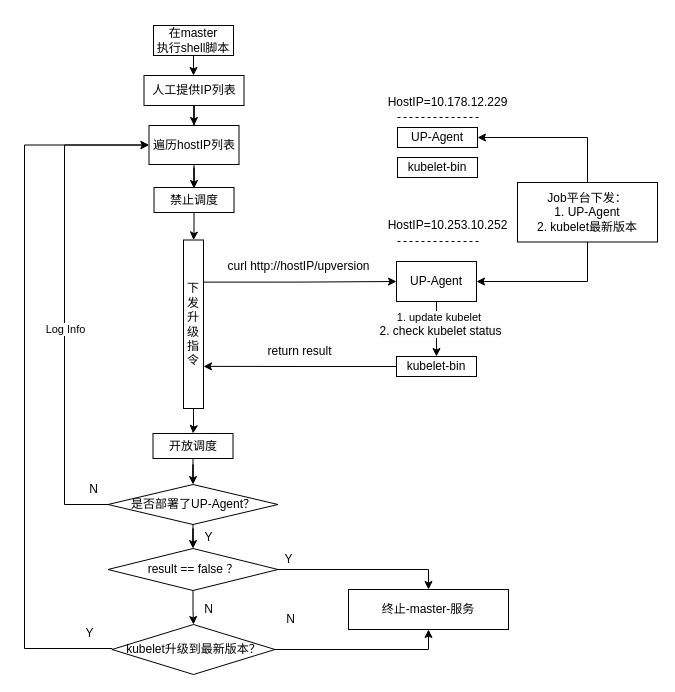
This is 未命名绘图.drawio from cityofwang/beats, a draw.io file, before an edit. Source tidied: cells renumbered, new cells numbered last; positions are measured from the earlier drawing's top-left corner, leaving out a move shared by most shapes. Both pictures are drawn from the tidied source at 100%, with x=0, y=0 at pixel (24, 25).
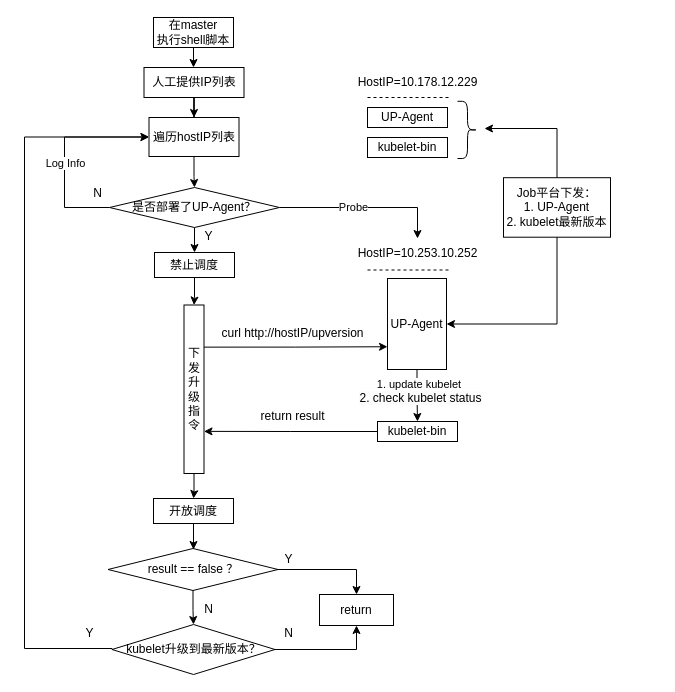
The same diagram, later.

Commit message:
更新未命名绘图.drawio

The change refers to these unchanged cells:
```xml
<mxCell id="24" value="result == false ？" style="rhombus;whiteSpace=wrap;html=1;fillColor=none;" parent="1" vertex="1">
  <mxGeometry x="83.5" y="523" width="170" height="42" as="geometry" />
</mxCell>
<mxCell id="29" value="kubelet升级到最新版本？" style="rhombus;whiteSpace=wrap;html=1;fillColor=none;" parent="1" vertex="1">
  <mxGeometry x="87.5" y="599" width="163" height="50" as="geometry" />
</mxCell>
```

Diff of the diagram source:
```diff
@@
     <mxCell id="2" value="UP-Agent" style="rounded=0;whiteSpace=wrap;html=1;fillColor=none;" parent="1" vertex="1">
-      <mxGeometry x="373" y="102" width="80" height="20" as="geometry" />
+      <mxGeometry x="343" y="82" width="80" height="20" as="geometry" />
     </mxCell>
@@
-    <mxCell id="4" style="edgeStyle=orthogonalEdgeStyle;rounded=0;jettySize=auto;html=1;entryX=1;entryY=0.5;entryDx=0;entryDy=0;exitX=0.5;exitY=0;exitDx=0;exitDy=0;" parent="1" edge="1" source="5" target="2">
-      <mxGeometry relative="1" as="geometry" />
-    </mxCell>
     <mxCell id="5" value="Job平台下发：&lt;br&gt;1. UP-Agent&lt;br&gt;2. kubelet最新版本" style="rounded=0;whiteSpace=wrap;html=1;fillColor=none;" parent="1" vertex="1">
-      <mxGeometry x="493" y="157" width="140" height="59.5" as="geometry" />
+      <mxGeometry x="479" y="152.2" width="107" height="59.5" as="geometry" />
     </mxCell>
     <mxCell id="6" style="endArrow=none;dashed=1;html=1;rounded=0;" parent="1" edge="1">
       <mxGeometry relative="1" as="geometry">
-        <mxPoint x="373" y="92" as="sourcePoint" />
-        <mxPoint x="457" y="92" as="targetPoint" />
+        <mxPoint x="343" y="72" as="sourcePoint" />
+        <mxPoint x="427" y="72" as="targetPoint" />
       </mxGeometry>
     </mxCell>
     <mxCell id="7" value="HostIP=10.178.12.229" style="text;html=1;align=center;verticalAlign=middle;strokeColor=none;fillColor=none;" parent="1" vertex="1">
-      <mxGeometry x="353" y="62" width="140" height="30" as="geometry" />
+      <mxGeometry x="323" y="42" width="140" height="30" as="geometry" />
     </mxCell>
@@
     <mxCell id="10" value="UP-Agent" style="rounded=0;whiteSpace=wrap;html=1;fillColor=none;" parent="1" vertex="1">
-      <mxGeometry x="372" y="236" width="80" height="40" as="geometry" />
+      <mxGeometry x="363" y="253" width="59" height="91" as="geometry" />
     </mxCell>
     <mxCell id="11" value="HostIP=10.253.10.252" style="text;html=1;align=center;verticalAlign=middle;points=[];strokeColor=none;fillColor=none;" parent="1" vertex="1">
-      <mxGeometry x="353" y="184.5" width="140" height="30" as="geometry" />
+      <mxGeometry x="323" y="213" width="140" height="30" as="geometry" />
     </mxCell>
     <mxCell id="12" style="endArrow=none;dashed=1;html=1;rounded=0;" parent="1" edge="1">
       <mxGeometry relative="1" as="geometry">
-        <mxPoint x="373" y="216" as="sourcePoint" />
-        <mxPoint x="457" y="216" as="targetPoint" />
+        <mxPoint x="343" y="244.5" as="sourcePoint" />
+        <mxPoint x="427" y="244.5" as="targetPoint" />
       </mxGeometry>
     </mxCell>
@@
     <mxCell id="14" value="在master&lt;br&gt;执行shell脚本" style="rounded=0;whiteSpace=wrap;html=1;fillColor=none;" parent="1" vertex="1">
-      <mxGeometry x="129" width="80" height="30" as="geometry" />
+      <mxGeometry x="129" y="-8" width="80" height="30" as="geometry" />
     </mxCell>
-    <mxCell id="15" style="edgeStyle=orthogonalEdgeStyle;rounded=0;jettySize=auto;html=1;entryX=0.5;entryY=0.04;entryDx=0;entryDy=0;entryPerimeter=0;" parent="1" edge="1" source="16" target="42">
-      <mxGeometry relative="1" as="geometry" />
-    </mxCell>
+    <mxCell id="48" style="edgeStyle=orthogonalEdgeStyle;rounded=0;jettySize=auto;html=1;" parent="1" edge="1" source="16" target="35">
+      <mxGeometry relative="1" as="geometry" />
+    </mxCell>
     <mxCell id="16" value="遍历hostIP列表" style="rounded=0;whiteSpace=wrap;html=1;fillColor=none;" parent="1" vertex="1">
-      <mxGeometry x="124.5" y="100" width="90" height="39" as="geometry" />
+      <mxGeometry x="124.5" y="92" width="90" height="39" as="geometry" />
     </mxCell>
-    <mxCell id="17" style="edgeStyle=orthogonalEdgeStyle;rounded=0;jettySize=auto;html=1;entryX=0;entryY=0.5;entryDx=0;entryDy=0;exitX=1;exitY=0.25;exitDx=0;exitDy=0;" parent="1" edge="1" source="19" target="10">
+    <mxCell id="17" style="edgeStyle=orthogonalEdgeStyle;rounded=0;jettySize=auto;html=1;entryX=0;entryY=0.75;entryDx=0;entryDy=0;exitX=1;exitY=0.25;exitDx=0;exitDy=0;" parent="1" edge="1" source="19" target="10">
       <mxGeometry relative="1" as="geometry" />
     </mxCell>
@@
     <mxCell id="19" value="下发升级指令" style="rounded=0;whiteSpace=wrap;html=1;fillColor=none;" parent="1" vertex="1">
-      <mxGeometry x="159" y="214.5" width="20" height="168.5" as="geometry" />
+      <mxGeometry x="159.5" y="279.5" width="20" height="168.5" as="geometry" />
     </mxCell>
     <mxCell id="20" value="curl http://hostIP/upversion" style="text;html=1;align=center;verticalAlign=middle;strokeColor=none;fillColor=none;" parent="1" vertex="1">
-      <mxGeometry x="189" y="225.5" width="170" height="30" as="geometry" />
+      <mxGeometry x="183" y="293" width="170" height="30" as="geometry" />
     </mxCell>
     <mxCell id="21" value="return result" style="text;html=1;align=center;verticalAlign=middle;strokeColor=none;fillColor=none;" parent="1" vertex="1">
-      <mxGeometry x="230" y="311" width="90" height="30" as="geometry" />
+      <mxGeometry x="223" y="376" width="90" height="30" as="geometry" />
     </mxCell>
@@
-    <mxCell id="25" value="终止-master-服务" style="rounded=0;whiteSpace=wrap;html=1;fillColor=none;" parent="1" vertex="1">
-      <mxGeometry x="324" y="564" width="160" height="40" as="geometry" />
+    <mxCell id="25" value="return" style="rounded=0;whiteSpace=wrap;html=1;fillColor=none;" parent="1" vertex="1">
+      <mxGeometry x="295" y="569" width="74" height="31" as="geometry" />
     </mxCell>
-    <mxCell id="26" value="Y" style="text;html=1;align=center;verticalAlign=middle;strokeColor=none;fillColor=none;" parent="1" vertex="1">
-      <mxGeometry x="169" y="497" width="30" height="30" as="geometry" />
-    </mxCell>
     <mxCell id="27" style="edgeStyle=orthogonalEdgeStyle;rounded=0;jettySize=auto;html=1;entryX=0;entryY=0.5;entryDx=0;entryDy=0;exitX=0;exitY=0.5;exitDx=0;exitDy=0;" parent="1" edge="1" source="29" target="16">
       <mxGeometry relative="1" as="geometry">
         <Array as="points">
           <mxPoint x="88" y="623" />
           <mxPoint y="623" />
-          <mxPoint y="120" />
+          <mxPoint y="112" />
         </Array>
       </mxGeometry>
     </mxCell>
@@
     <mxCell id="30" value="N" style="text;html=1;align=center;verticalAlign=middle;strokeColor=none;fillColor=none;" parent="1" vertex="1">
-      <mxGeometry x="250.5" y="579" width="30" height="30" as="geometry" />
+      <mxGeometry x="249" y="593" width="30" height="30" as="geometry" />
     </mxCell>
     <mxCell id="31" value="N" style="text;html=1;align=center;verticalAlign=middle;strokeColor=none;fillColor=none;" parent="1" vertex="1">
-      <mxGeometry x="53.5" y="449" width="30" height="30" as="geometry" />
+      <mxGeometry x="57.5" y="153" width="30" height="30" as="geometry" />
     </mxCell>
-    <mxCell id="32" style="edgeStyle=orthogonalEdgeStyle;rounded=0;jettySize=auto;html=1;entryX=0.5;entryY=0;entryDx=0;entryDy=0;" parent="1" edge="1" source="35" target="24">
-      <mxGeometry relative="1" as="geometry" />
-    </mxCell>
     <mxCell id="33" style="edgeStyle=orthogonalEdgeStyle;rounded=0;jettySize=auto;html=1;entryX=0;entryY=0.5;entryDx=0;entryDy=0;exitX=0;exitY=0.5;exitDx=0;exitDy=0;" parent="1" edge="1" source="35" target="16">
       <mxGeometry relative="1" as="geometry">
         <Array as="points">
-          <mxPoint x="40" y="479" />
-          <mxPoint x="40" y="120" />
+          <mxPoint x="40" y="182" />
+          <mxPoint x="40" y="112" />
         </Array>
       </mxGeometry>
     </mxCell>
@@
-    <mxCell id="35" value="是否部署了UP-Agent？" style="rhombus;whiteSpace=wrap;html=1;fillColor=none;" parent="1" vertex="1">
-      <mxGeometry x="83.5" y="459" width="170" height="40" as="geometry" />
-    </mxCell>
@@
     <mxCell id="39" value="人工提供IP列表" style="rounded=0;whiteSpace=wrap;html=1;fillColor=none;" parent="1" vertex="1">
-      <mxGeometry x="119.5" y="50" width="100" height="30" as="geometry" />
+      <mxGeometry x="119.5" y="42" width="100" height="30" as="geometry" />
     </mxCell>
@@
     <mxCell id="42" value="禁止调度" style="rounded=0;whiteSpace=wrap;html=1;fillColor=none;" parent="1" vertex="1">
-      <mxGeometry x="129.5" y="162" width="80" height="25" as="geometry" />
+      <mxGeometry x="130" y="227" width="80" height="25" as="geometry" />
     </mxCell>
-    <mxCell id="43" style="edgeStyle=orthogonalEdgeStyle;rounded=0;jettySize=auto;html=1;entryX=0.5;entryY=0;entryDx=0;entryDy=0;" parent="1" edge="1" source="44" target="35">
-      <mxGeometry relative="1" as="geometry" />
+    <mxCell id="43" style="edgeStyle=orthogonalEdgeStyle;rounded=0;jettySize=auto;html=1;entryX=0.5;entryY=0;entryDx=0;entryDy=0;" parent="1" edge="1" source="44">
+      <mxGeometry relative="1" as="geometry">
+        <mxPoint x="169" y="524" as="targetPoint" />
+      </mxGeometry>
     </mxCell>
     <mxCell id="44" value="开放调度" style="rounded=0;whiteSpace=wrap;html=1;fillColor=none;" parent="1" vertex="1">
-      <mxGeometry x="128.5" y="408" width="80" height="25" as="geometry" />
+      <mxGeometry x="129" y="473" width="80" height="25" as="geometry" />
     </mxCell>
     <mxCell id="45" value="kubelet-bin" style="rounded=0;whiteSpace=wrap;html=1;fillColor=none;" parent="1" vertex="1">
-      <mxGeometry x="373" y="132" width="80" height="20" as="geometry" />
+      <mxGeometry x="343" y="112" width="80" height="20" as="geometry" />
     </mxCell>
@@
     <mxCell id="47" value="kubelet-bin" style="rounded=0;whiteSpace=wrap;html=1;fillColor=none;" parent="1" vertex="1">
-      <mxGeometry x="372" y="331" width="80" height="20" as="geometry" />
+      <mxGeometry x="353" y="396" width="80" height="20" as="geometry" />
     </mxCell>
+    <mxCell id="49" style="edgeStyle=orthogonalEdgeStyle;rounded=0;jettySize=auto;html=1;" parent="1" edge="1" source="35" target="42">
+      <mxGeometry relative="1" as="geometry" />
+    </mxCell>
+    <mxCell id="50" style="edgeStyle=orthogonalEdgeStyle;rounded=0;jettySize=auto;html=1;" parent="1" edge="1" source="35" target="11">
+      <mxGeometry relative="1" as="geometry" />
+    </mxCell>
+    <mxCell id="51" value="Probe" style="edgeLabel;html=1;align=center;verticalAlign=middle;" parent="50" vertex="1">
+      <mxGeometry x="-0.14" y="1" relative="1" as="geometry" />
+    </mxCell>
+    <mxCell id="35" value="是否部署了UP-Agent？" style="rhombus;whiteSpace=wrap;html=1;fillColor=none;" parent="1" vertex="1">
+      <mxGeometry x="85" y="162" width="170" height="40" as="geometry" />
+    </mxCell>
+    <mxCell id="26" value="Y" style="text;html=1;align=center;verticalAlign=middle;strokeColor=none;fillColor=none;" parent="1" vertex="1">
+      <mxGeometry x="169" y="195.8" width="30" height="30" as="geometry" />
+    </mxCell>
+    <mxCell id="52" style="shape=curlyBracket;whiteSpace=wrap;html=1;rounded=1;flipH=1;labelPosition=right;verticalLabelPosition=middle;align=left;verticalAlign=middle;" parent="1" vertex="1">
+      <mxGeometry x="433" y="75.8" width="20" height="57.2" as="geometry" />
+    </mxCell>
+    <mxCell id="53" style="edgeStyle=orthogonalEdgeStyle;rounded=0;jettySize=auto;html=1;exitX=0.5;exitY=0;exitDx=0;exitDy=0;" parent="1" edge="1" source="5">
+      <mxGeometry relative="1" as="geometry">
+        <mxPoint x="460" y="103" as="targetPoint" />
+        <Array as="points">
+          <mxPoint x="533" y="103" />
+        </Array>
+      </mxGeometry>
+    </mxCell>
```
